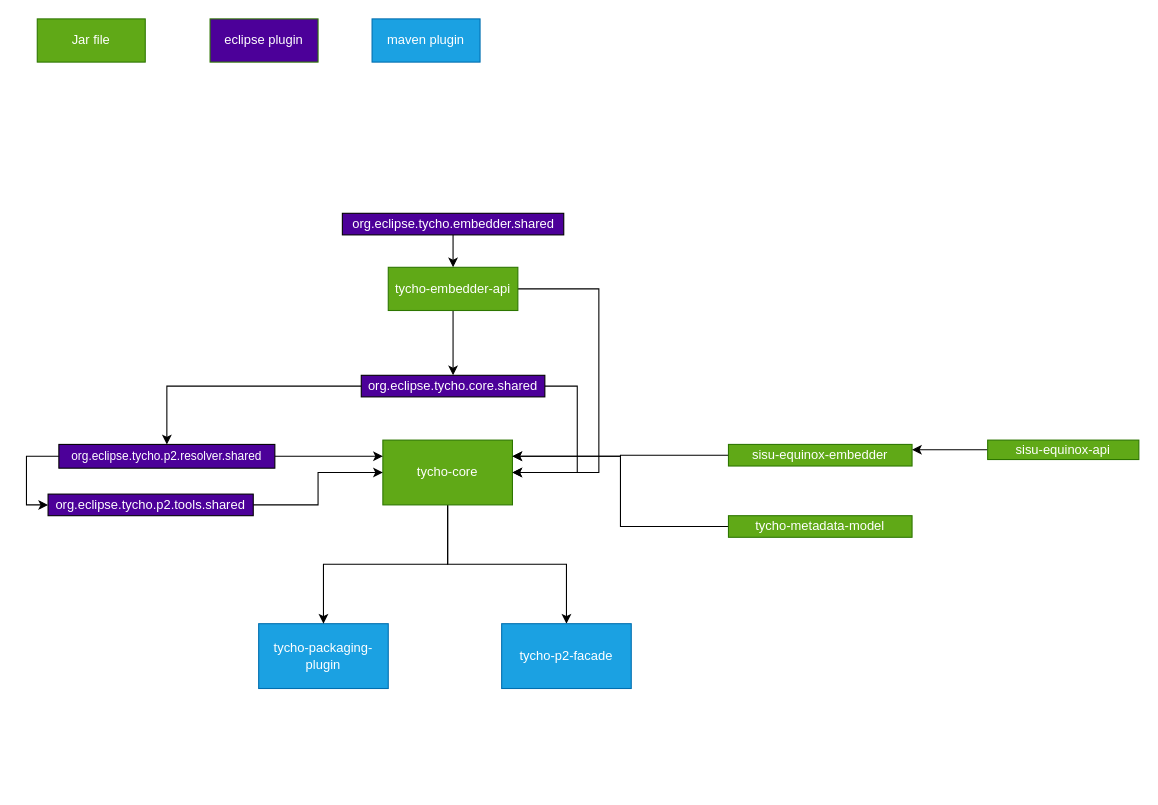
This is tycho/tycho-dependencies.drawio from bixiyan/designfiles, a draw.io file, before an edit. Source tidied: cells renumbered, new cells numbered last; positions are measured from the earlier drawing's top-left corner, leaving out a move shared by most shapes. Both pictures are drawn from the tidied source at 108%, with x=0, y=0 at pixel (37, 18).
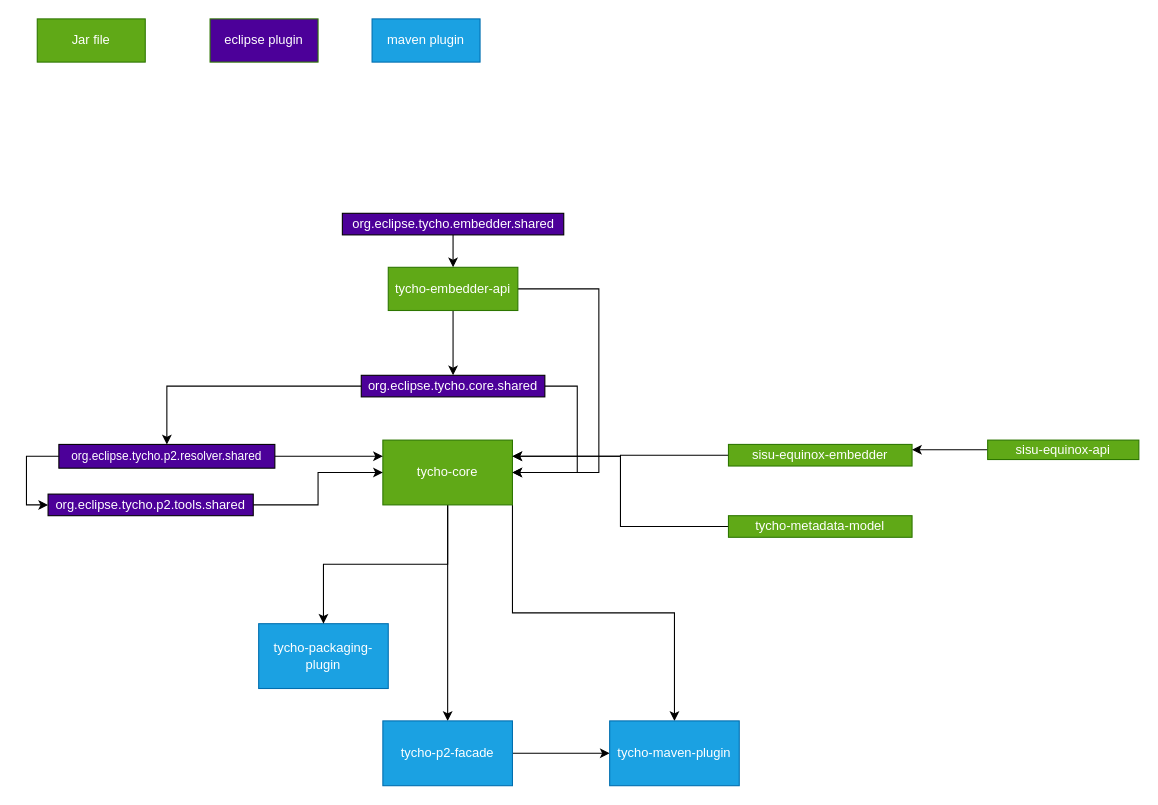
After the change.

The change refers to these unchanged cells:
```xml
<mxCell id="5" value="tycho-core" style="rounded=0;whiteSpace=wrap;html=1;fillColor=#60a917;strokeColor=#2D7600;fontColor=#ffffff;" parent="1" vertex="1">
  <mxGeometry x="320" y="390" width="120" height="60" as="geometry" />
</mxCell>
```

Diff of the diagram source:
```diff
@@
+    <mxCell id="29" style="edgeStyle=orthogonalEdgeStyle;rounded=0;jettySize=auto;html=1;exitX=1;exitY=1;exitDx=0;exitDy=0;entryX=0.5;entryY=0;entryDx=0;entryDy=0;" parent="1" edge="1" source="5" target="31">
+      <mxGeometry relative="1" as="geometry" />
+    </mxCell>
@@
+    <mxCell id="30" style="edgeStyle=orthogonalEdgeStyle;rounded=0;jettySize=auto;html=1;entryX=0;entryY=0.5;entryDx=0;entryDy=0;" parent="1" edge="1" source="28" target="31">
+      <mxGeometry relative="1" as="geometry" />
+    </mxCell>
     <mxCell id="28" value="tycho-p2-facade" style="rounded=0;whiteSpace=wrap;html=1;fillColor=#1ba1e2;strokeColor=#006EAF;fontColor=#ffffff;" parent="1" vertex="1">
-      <mxGeometry x="430" y="560" width="120" height="60" as="geometry" />
+      <mxGeometry x="320" y="650" width="120" height="60" as="geometry" />
     </mxCell>
+    <mxCell id="31" value="tycho-maven-plugin" style="rounded=0;whiteSpace=wrap;html=1;fillColor=#1ba1e2;strokeColor=#006EAF;fontColor=#ffffff;" parent="1" vertex="1">
+      <mxGeometry x="530" y="650" width="120" height="60" as="geometry" />
+    </mxCell>
```
